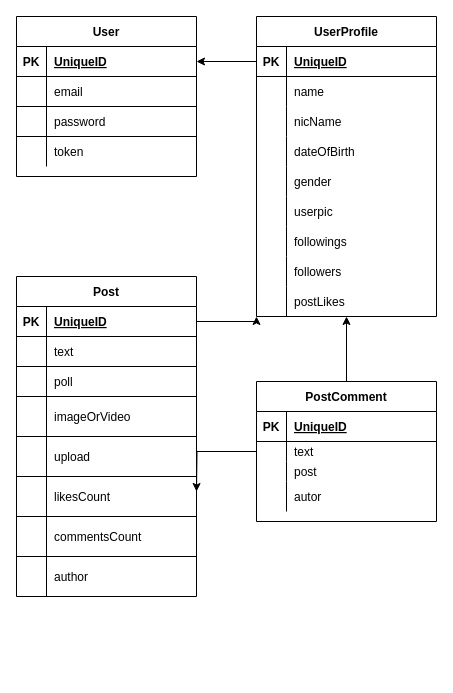
VolodymyrBaisa/How-To keeps this draw.io diagram as assets/dbDiagram.drawio. Above is the earlier version. Source tidied: cells renumbered, new cells numbered last; positions are measured from the earlier drawing's top-left corner, leaving out a move shared by most shapes. Both pictures are drawn from the tidied source at 100%, with x=0, y=0 at pixel (16, 16).
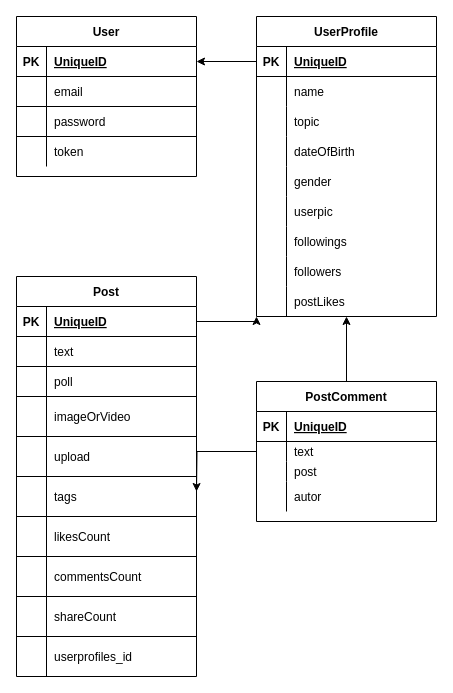
The same diagram, later.

The change refers to these unchanged cells:
```xml
<mxCell id="13" style="shape=partialRectangle;fillColor=none;top=0;left=0;bottom=0;right=0;" parent="6" vertex="1">
  <mxGeometry y="90" width="180" height="30" as="geometry" />
</mxCell>
```

The edit, as a diff of the source:
```diff
@@
-    <mxCell id="15" value="nicName" style="shape=partialRectangle;fillColor=none;top=0;left=0;bottom=0;right=0;align=left;spacingLeft=6;overflow=hidden;" parent="13" vertex="1">
+    <mxCell id="15" value="topic" style="shape=partialRectangle;fillColor=none;top=0;left=0;bottom=0;right=0;align=left;spacingLeft=6;overflow=hidden;" parent="13" vertex="1">
       <mxGeometry x="30" width="150" height="30" as="geometry" />
     </mxCell>
@@
     <mxCell id="47" value="Post" style="shape=table;startSize=30;childLayout=tableLayout;rowLines=1;fontStyle=1;align=center;" parent="1" vertex="1">
-      <mxGeometry y="260" width="180" height="320" as="geometry" />
+      <mxGeometry y="260" width="180" height="400" as="geometry" />
     </mxCell>
@@
+    <mxCell id="85" style="shape=partialRectangle;fillColor=none;top=0;left=0;bottom=0;right=0;" parent="47" vertex="1">
+      <mxGeometry y="200" width="180" height="40" as="geometry" />
+    </mxCell>
+    <mxCell id="86" style="shape=partialRectangle;fillColor=none;top=0;left=0;bottom=0;right=0;overflow=hidden;" parent="85" vertex="1">
+      <mxGeometry width="30" height="40" as="geometry" />
+    </mxCell>
+    <mxCell id="87" value="tags" style="shape=partialRectangle;fillColor=none;top=0;left=0;bottom=0;right=0;align=left;spacingLeft=6;overflow=hidden;" parent="85" vertex="1">
+      <mxGeometry x="30" width="150" height="40" as="geometry" />
+    </mxCell>
     <mxCell id="63" style="shape=partialRectangle;fillColor=none;top=0;left=0;bottom=0;right=0;" parent="47" vertex="1">
-      <mxGeometry y="200" width="180" height="40" as="geometry" />
+      <mxGeometry y="240" width="180" height="40" as="geometry" />
     </mxCell>
@@
     <mxCell id="66" style="shape=partialRectangle;fillColor=none;top=0;left=0;bottom=0;right=0;" parent="47" vertex="1">
-      <mxGeometry y="240" width="180" height="40" as="geometry" />
+      <mxGeometry y="280" width="180" height="40" as="geometry" />
     </mxCell>
@@
+    <mxCell id="88" style="shape=partialRectangle;fillColor=none;top=0;left=0;bottom=0;right=0;" parent="47" vertex="1">
+      <mxGeometry y="320" width="180" height="40" as="geometry" />
+    </mxCell>
+    <mxCell id="89" style="shape=partialRectangle;fillColor=none;top=0;left=0;bottom=0;right=0;overflow=hidden;" parent="88" vertex="1">
+      <mxGeometry width="30" height="40" as="geometry" />
+    </mxCell>
+    <mxCell id="90" value="shareCount" style="shape=partialRectangle;fillColor=none;top=0;left=0;bottom=0;right=0;align=left;spacingLeft=6;overflow=hidden;" parent="88" vertex="1">
+      <mxGeometry x="30" width="150" height="40" as="geometry" />
+    </mxCell>
     <mxCell id="69" style="shape=partialRectangle;fillColor=none;top=0;left=0;bottom=0;right=0;" parent="47" vertex="1">
-      <mxGeometry y="280" width="180" height="40" as="geometry" />
+      <mxGeometry y="360" width="180" height="40" as="geometry" />
     </mxCell>
@@
-    <mxCell id="71" value="author" style="shape=partialRectangle;fillColor=none;top=0;left=0;bottom=0;right=0;align=left;spacingLeft=6;overflow=hidden;" parent="69" vertex="1">
+    <mxCell id="71" value="userprofiles_id" style="shape=partialRectangle;fillColor=none;top=0;left=0;bottom=0;right=0;align=left;spacingLeft=6;overflow=hidden;" parent="69" vertex="1">
       <mxGeometry x="30" width="150" height="40" as="geometry" />
     </mxCell>
```
